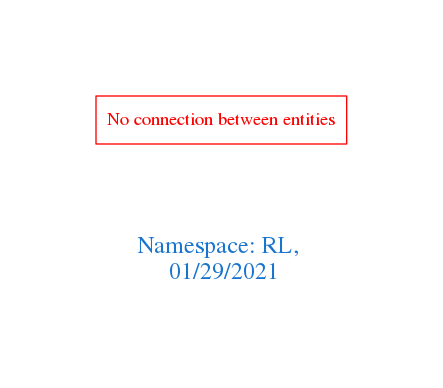
This is downloads/RL.png from arago/OGIT, a Graphviz export, as it was before one commit. Its source is kept beside it as downloads/RL.dot.
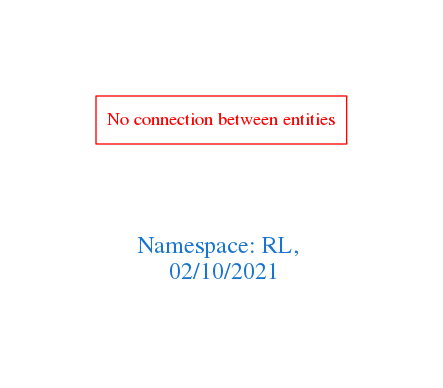
Later version of the same file.

Change to the diagram source:
```diff
@@ -1,7 +1,7 @@
 digraph OGIT_ontology {
  graph [ rankdir= LR,pad=1
 fontsize = 18,
-fontcolor= dodgerblue3,label = "\n\n\nNamespace: RL, \n 01/29/2021"];
+fontcolor= dodgerblue3,label = "\n\n\nNamespace: RL, \n 02/10/2021"];
 node[shape=polygon];
 edge [  color="gray81"];
 
```
